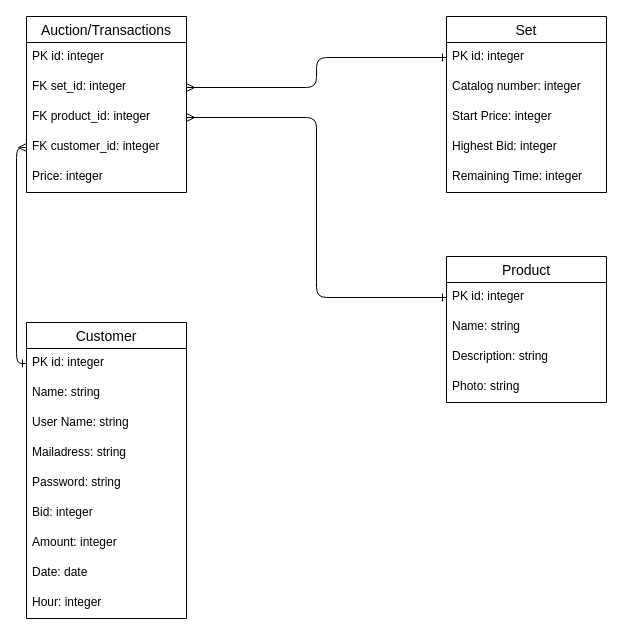
Before: page "Page-3" (3 of 3) of auctionhouse.drawio in Arnaldo1990/Database-Development-Day-1, a draw.io diagram. Source tidied: cells renumbered, new cells numbered last; positions are measured from the earlier drawing's top-left corner, leaving out a move shared by most shapes. Both pictures are drawn from the tidied source at 100%, with x=0, y=0 at pixel (26, 16).
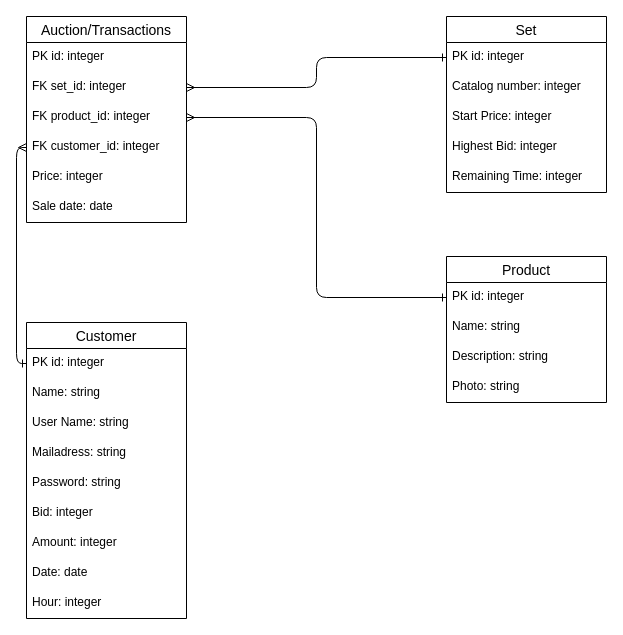
After the change.

The edit, as a diff of the source:
```diff
@@
     <mxCell id="2" value="Auction/Transactions" style="swimlane;fontStyle=0;horizontal=1;startSize=26;align=center;fontSize=14;" parent="1" vertex="1">
-      <mxGeometry width="160" height="176" as="geometry" />
+      <mxGeometry width="160" height="206" as="geometry" />
     </mxCell>
@@
+    <mxCell id="32" value="Sale date: date" style="text;strokeColor=none;fillColor=none;spacingLeft=4;spacingRight=4;overflow=hidden;fontSize=12;" parent="2" vertex="1">
+      <mxGeometry y="176" width="160" height="30" as="geometry" />
+    </mxCell>
```
